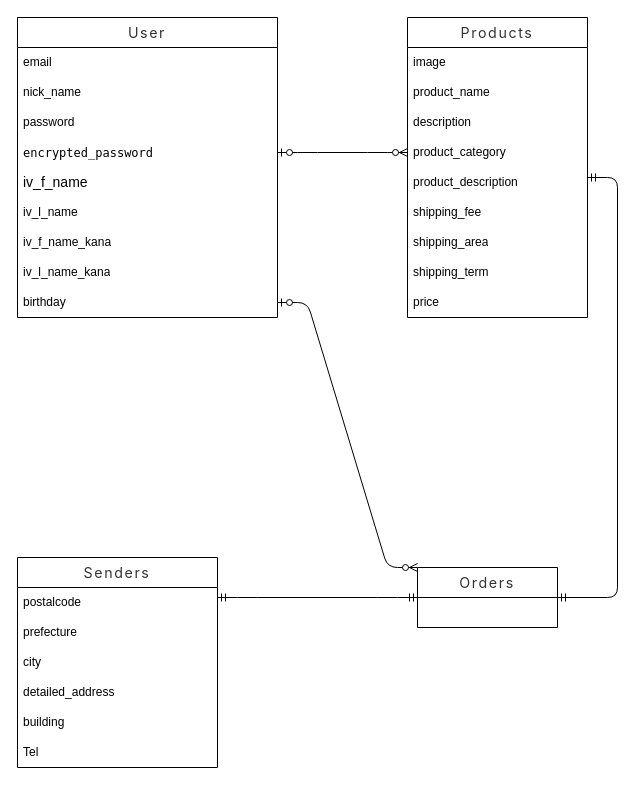
Earlier version of the draw.io diagram page "Page-1" (1 of 3) of table.dio (Benishimizu/furima-38830). Source tidied: cells renumbered, new cells numbered last; positions are measured from the earlier drawing's top-left corner, leaving out a move shared by most shapes. Both pictures are drawn from the tidied source at 100%, with x=0, y=0 at pixel (17, 17).
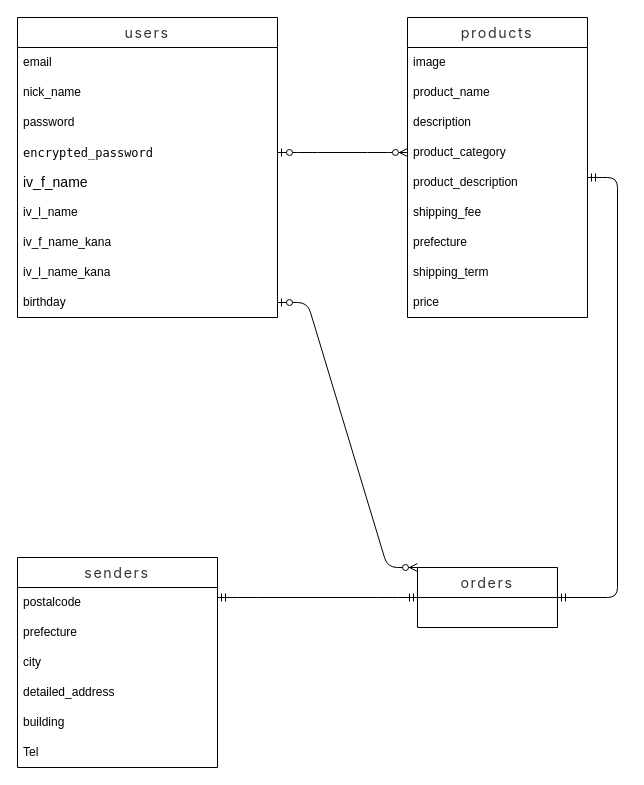
The same page after the edit.

Change to the diagram source:
```diff
@@
-    <mxCell id="2" value="&lt;span style=&quot;color: rgb(51, 51, 51); font-family: -apple-system, &amp;quot;system-ui&amp;quot;, &amp;quot;Noto Sans JP&amp;quot;, &amp;quot;Hiragino Sans&amp;quot;, &amp;quot;Hiragino Kaku Gothic ProN&amp;quot;, &amp;quot;segoe ui&amp;quot;, メイリオ, Meiryo, &amp;quot;ＭＳ Ｐゴシック&amp;quot;, &amp;quot;MS PGothic&amp;quot;, sans-serif; font-size: 14.24px; letter-spacing: 1.6px; text-align: start; background-color: rgb(255, 255, 255);&quot;&gt;Products&lt;/span&gt;" style="swimlane;fontStyle=0;horizontal=1;startSize=30;whiteSpace=wrap;html=1;" parent="1" vertex="1">
+    <mxCell id="2" value="&lt;span style=&quot;color: rgb(51, 51, 51); font-family: -apple-system, &amp;quot;system-ui&amp;quot;, &amp;quot;Noto Sans JP&amp;quot;, &amp;quot;Hiragino Sans&amp;quot;, &amp;quot;Hiragino Kaku Gothic ProN&amp;quot;, &amp;quot;segoe ui&amp;quot;, メイリオ, Meiryo, &amp;quot;ＭＳ Ｐゴシック&amp;quot;, &amp;quot;MS PGothic&amp;quot;, sans-serif; font-size: 14.24px; letter-spacing: 1.6px; text-align: start; background-color: rgb(255, 255, 255);&quot;&gt;products&lt;/span&gt;" style="swimlane;fontStyle=0;horizontal=1;startSize=30;whiteSpace=wrap;html=1;" parent="1" vertex="1">
       <mxGeometry x="390" width="180" height="300" as="geometry" />
     </mxCell>
@@
-    <mxCell id="9" value="shipping_area" style="text;strokeColor=none;fillColor=none;align=left;verticalAlign=middle;spacingLeft=4;spacingRight=4;overflow=hidden;whiteSpace=wrap;html=1;labelBackgroundColor=#FFFFFF;fontColor=#000000;" parent="2" vertex="1">
+    <mxCell id="9" value="prefecture" style="text;strokeColor=none;fillColor=none;align=left;verticalAlign=middle;spacingLeft=4;spacingRight=4;overflow=hidden;whiteSpace=wrap;html=1;labelBackgroundColor=#FFFFFF;fontColor=#000000;" parent="2" vertex="1">
       <mxGeometry y="210" width="180" height="30" as="geometry" />
     </mxCell>
@@
-    <mxCell id="12" value="&lt;span style=&quot;color: rgb(51, 51, 51); font-family: -apple-system, &amp;quot;system-ui&amp;quot;, &amp;quot;Noto Sans JP&amp;quot;, &amp;quot;Hiragino Sans&amp;quot;, &amp;quot;Hiragino Kaku Gothic ProN&amp;quot;, &amp;quot;segoe ui&amp;quot;, メイリオ, Meiryo, &amp;quot;ＭＳ Ｐゴシック&amp;quot;, &amp;quot;MS PGothic&amp;quot;, sans-serif; font-size: 14.24px; letter-spacing: 1.6px; text-align: start; background-color: rgb(255, 255, 255);&quot;&gt;User&lt;/span&gt;" style="swimlane;fontStyle=0;horizontal=1;startSize=30;whiteSpace=wrap;html=1;" parent="1" vertex="1">
+    <mxCell id="12" value="&lt;span style=&quot;color: rgb(51, 51, 51); font-family: -apple-system, &amp;quot;system-ui&amp;quot;, &amp;quot;Noto Sans JP&amp;quot;, &amp;quot;Hiragino Sans&amp;quot;, &amp;quot;Hiragino Kaku Gothic ProN&amp;quot;, &amp;quot;segoe ui&amp;quot;, メイリオ, Meiryo, &amp;quot;ＭＳ Ｐゴシック&amp;quot;, &amp;quot;MS PGothic&amp;quot;, sans-serif; font-size: 14.24px; letter-spacing: 1.6px; text-align: start; background-color: rgb(255, 255, 255);&quot;&gt;users&lt;/span&gt;" style="swimlane;fontStyle=0;horizontal=1;startSize=30;whiteSpace=wrap;html=1;" parent="1" vertex="1">
       <mxGeometry width="260" height="300" as="geometry" />
     </mxCell>
@@
-    <mxCell id="22" value="&lt;span style=&quot;color: rgb(51, 51, 51); font-family: -apple-system, &amp;quot;system-ui&amp;quot;, &amp;quot;Noto Sans JP&amp;quot;, &amp;quot;Hiragino Sans&amp;quot;, &amp;quot;Hiragino Kaku Gothic ProN&amp;quot;, &amp;quot;segoe ui&amp;quot;, メイリオ, Meiryo, &amp;quot;ＭＳ Ｐゴシック&amp;quot;, &amp;quot;MS PGothic&amp;quot;, sans-serif; font-size: 14.24px; letter-spacing: 1.6px; text-align: start; background-color: rgb(255, 255, 255);&quot;&gt;Orders&lt;/span&gt;" style="swimlane;fontStyle=0;horizontal=1;startSize=30;whiteSpace=wrap;html=1;" parent="1" vertex="1">
+    <mxCell id="22" value="&lt;span style=&quot;color: rgb(51, 51, 51); font-family: -apple-system, &amp;quot;system-ui&amp;quot;, &amp;quot;Noto Sans JP&amp;quot;, &amp;quot;Hiragino Sans&amp;quot;, &amp;quot;Hiragino Kaku Gothic ProN&amp;quot;, &amp;quot;segoe ui&amp;quot;, メイリオ, Meiryo, &amp;quot;ＭＳ Ｐゴシック&amp;quot;, &amp;quot;MS PGothic&amp;quot;, sans-serif; font-size: 14.24px; letter-spacing: 1.6px; text-align: start; background-color: rgb(255, 255, 255);&quot;&gt;orders&lt;/span&gt;" style="swimlane;fontStyle=0;horizontal=1;startSize=30;whiteSpace=wrap;html=1;" parent="1" vertex="1">
       <mxGeometry x="400" y="550" width="140" height="60" as="geometry" />
     </mxCell>
-    <mxCell id="23" value="&lt;span style=&quot;color: rgb(51, 51, 51); font-family: -apple-system, &amp;quot;system-ui&amp;quot;, &amp;quot;Noto Sans JP&amp;quot;, &amp;quot;Hiragino Sans&amp;quot;, &amp;quot;Hiragino Kaku Gothic ProN&amp;quot;, &amp;quot;segoe ui&amp;quot;, メイリオ, Meiryo, &amp;quot;ＭＳ Ｐゴシック&amp;quot;, &amp;quot;MS PGothic&amp;quot;, sans-serif; font-size: 14.24px; letter-spacing: 1.6px; text-align: start; background-color: rgb(255, 255, 255);&quot;&gt;Senders&lt;/span&gt;" style="swimlane;fontStyle=0;horizontal=1;startSize=30;whiteSpace=wrap;html=1;" parent="1" vertex="1">
+    <mxCell id="23" value="&lt;span style=&quot;color: rgb(51, 51, 51); font-family: -apple-system, &amp;quot;system-ui&amp;quot;, &amp;quot;Noto Sans JP&amp;quot;, &amp;quot;Hiragino Sans&amp;quot;, &amp;quot;Hiragino Kaku Gothic ProN&amp;quot;, &amp;quot;segoe ui&amp;quot;, メイリオ, Meiryo, &amp;quot;ＭＳ Ｐゴシック&amp;quot;, &amp;quot;MS PGothic&amp;quot;, sans-serif; font-size: 14.24px; letter-spacing: 1.6px; text-align: start; background-color: rgb(255, 255, 255);&quot;&gt;senders&lt;/span&gt;" style="swimlane;fontStyle=0;horizontal=1;startSize=30;whiteSpace=wrap;html=1;" parent="1" vertex="1">
       <mxGeometry y="540" width="200" height="210" as="geometry" />
     </mxCell>
```
